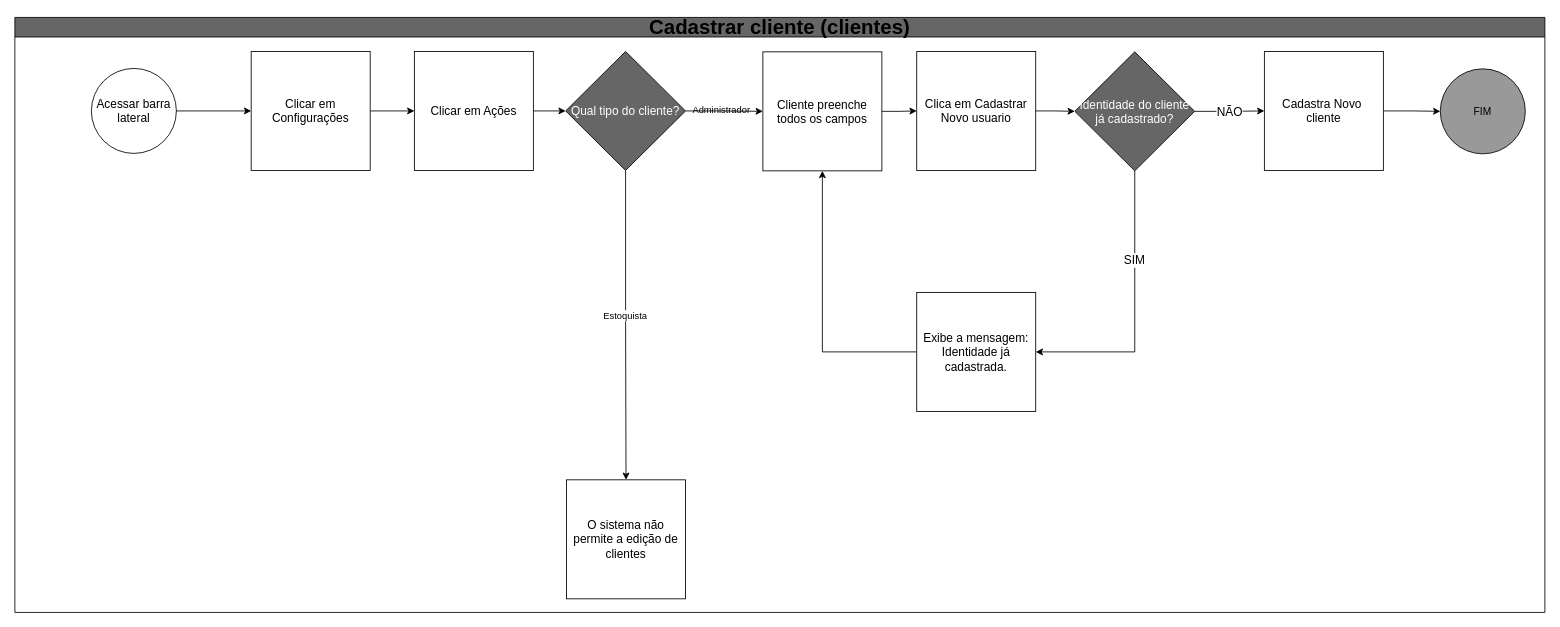
eothigas/YS_Storage keeps this draw.io diagram as page "Cadastrar cliente (clientes)" (11 of 12) of fluxogramas/YS-Fluxo.drawio. Above is the earlier version. Source tidied: cells renumbered, new cells numbered last; positions are measured from the earlier drawing's top-left corner, leaving out a move shared by most shapes. Both pictures are drawn from the tidied source at 85%, with x=0, y=0 at pixel (14, 17).
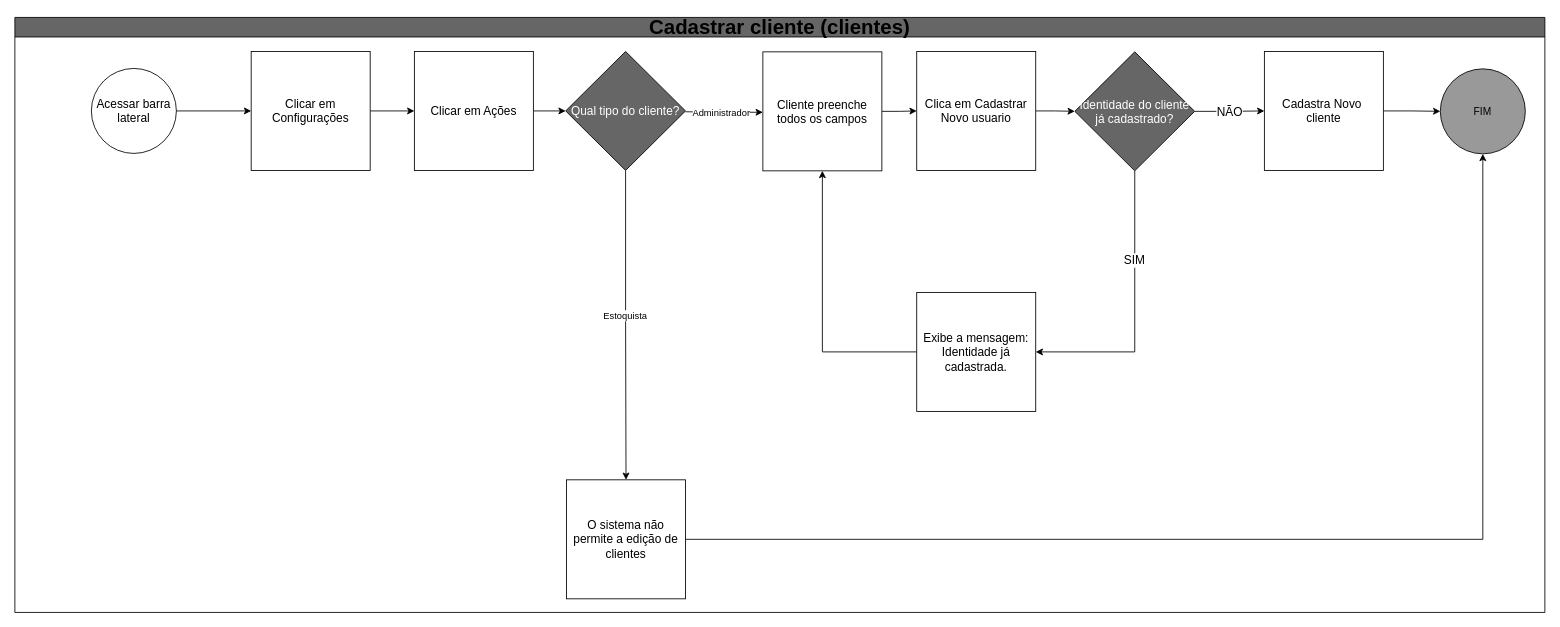
After the change.

The change refers to these unchanged cells:
```xml
<mxCell id="12" value="&lt;span style=&quot;color: rgb(255, 255, 255);&quot;&gt;&lt;font style=&quot;font-size: 14px;&quot;&gt;Qual tipo do cliente?&lt;/font&gt;&lt;/span&gt;" style="rhombus;whiteSpace=wrap;html=1;fillColor=#666666;" parent="1" vertex="1">
  <mxGeometry x="648" y="40" width="141" height="140" as="geometry" />
</mxCell>
<mxCell id="13" value="&lt;font style=&quot;font-size: 14px;&quot;&gt;O sistema não permite a edição de clientes&lt;/font&gt;" style="whiteSpace=wrap;html=1;" parent="1" vertex="1">
  <mxGeometry x="649" y="544" width="140" height="140" as="geometry" />
</mxCell>
<mxCell id="15" value="&lt;span style=&quot;font-size: 14px;&quot;&gt;Cliente preenche todos os campos&lt;/span&gt;" style="whiteSpace=wrap;html=1;" parent="1" vertex="1">
  <mxGeometry x="880" y="40.5" width="140" height="140" as="geometry" />
</mxCell>
<mxCell id="25" value="FIM" style="ellipse;whiteSpace=wrap;html=1;fillColor=#999999;" parent="1" vertex="1">
  <mxGeometry x="1677" y="60.5" width="100" height="100" as="geometry" />
</mxCell>
```

What changed in the source:
```diff
@@
-    <mxCell id="8" value="Administrador" style="edgeLabel;html=1;align=center;verticalAlign=middle;" parent="1" vertex="1">
-      <mxGeometry x="830.5" y="108" as="geometry" />
-    </mxCell>
@@
-    <mxCell id="11" style="edgeStyle=orthogonalEdgeStyle;rounded=0;jettySize=auto;html=1;" parent="1" edge="1" source="12" target="15">
-      <mxGeometry relative="1" as="geometry" />
+    <mxCell id="11" style="edgeStyle=orthogonalEdgeStyle;rounded=0;orthogonalLoop=1;jettySize=auto;html=1;" parent="1" edge="1">
+      <mxGeometry relative="1" as="geometry">
+        <mxPoint x="789" y="111" as="sourcePoint" />
+        <mxPoint x="880" y="111.6" as="targetPoint" />
+      </mxGeometry>
     </mxCell>
@@
+    <mxCell id="29" style="edgeStyle=orthogonalEdgeStyle;rounded=0;jettySize=auto;html=1;exitX=1;exitY=0.5;exitDx=0;exitDy=0;entryX=0.5;entryY=1;entryDx=0;entryDy=0;" parent="1" edge="1" source="13" target="25">
+      <mxGeometry relative="1" as="geometry" />
+    </mxCell>
@@
+    <mxCell id="8" value="Administrador" style="edgeLabel;html=1;align=center;verticalAlign=middle;" parent="1" vertex="1">
+      <mxGeometry x="824.5" y="111" as="geometry">
+        <mxPoint x="6" as="offset" />
+      </mxGeometry>
+    </mxCell>
```
